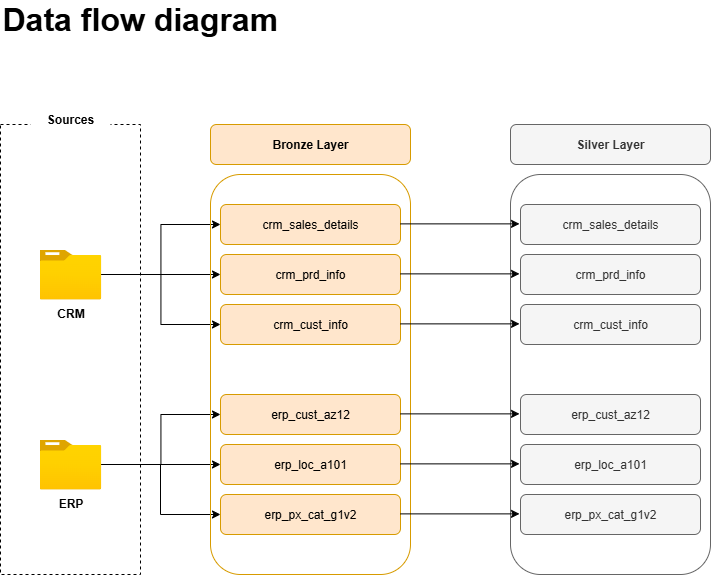
Above: docs/data-flow-diagram.drawio.png in aswnvm/sql-data-warehouse-project (draw.io), before the change. Source tidied: cells renumbered, new cells last; positions are measured from the earlier drawing's top-left corner, leaving out a move shared by most shapes.
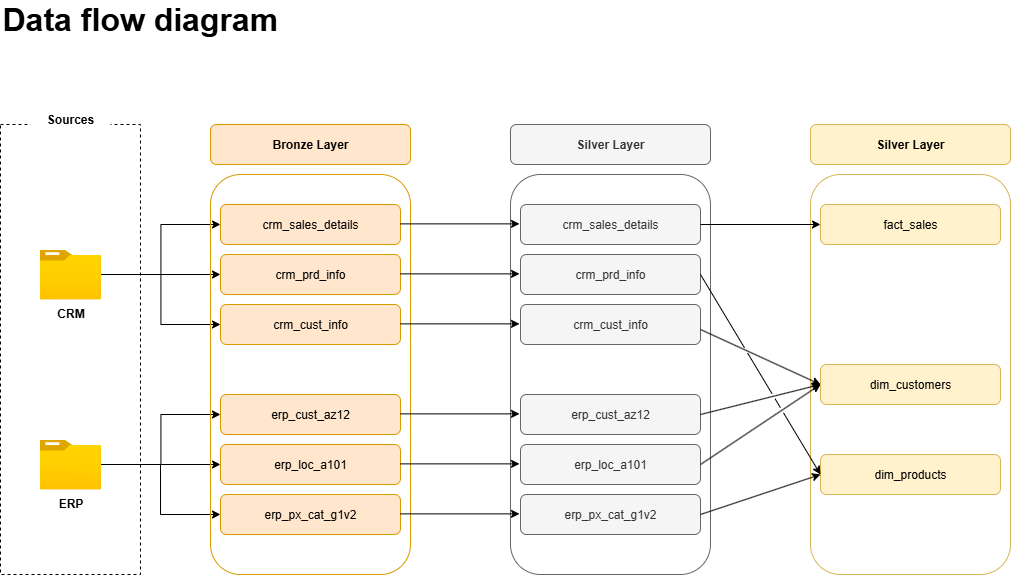
The same diagram one commit later.

Commit message:
Changes:     - added gold.ddl_gold     - added data flow diagram     - added data flow diagram (.png)     - updated data-flow diagram     - updated data-flow diagram (png)

Change to the diagram source:
```diff
@@ -124,5 +124,52 @@
         <mxPoint x="519" y="219.4" as="targetPoint" />
       </mxGeometry>
     </mxCell>
+    <mxCell id="35" style="rounded=1;whiteSpace=wrap;html=1;fillColor=none;strokeColor=#d6b656;" parent="1" vertex="1">
+      <mxGeometry x="810" y="170" width="200" height="400" as="geometry" />
+    </mxCell>
+    <mxCell id="36" value="&lt;b&gt;Silver Layer&lt;/b&gt;" style="rounded=1;whiteSpace=wrap;html=1;fillColor=#fff2cc;strokeColor=#d6b656;" parent="1" vertex="1">
+      <mxGeometry x="810" y="120" width="200" height="40" as="geometry" />
+    </mxCell>
+    <mxCell id="37" value="fact_sales" style="rounded=1;whiteSpace=wrap;html=1;fillColor=#fff2cc;strokeColor=#d6b656;" parent="1" vertex="1">
+      <mxGeometry x="820" y="200" width="180" height="40" as="geometry" />
+    </mxCell>
+    <mxCell id="38" value="dim_customers" style="rounded=1;whiteSpace=wrap;html=1;fillColor=#fff2cc;strokeColor=#d6b656;" parent="1" vertex="1">
+      <mxGeometry x="820" y="360" width="180" height="40" as="geometry" />
+    </mxCell>
+    <mxCell id="39" value="dim_products" style="rounded=1;whiteSpace=wrap;html=1;fillColor=#fff2cc;strokeColor=#d6b656;" parent="1" vertex="1">
+      <mxGeometry x="820" y="450" width="180" height="40" as="geometry" />
+    </mxCell>
+    <mxCell id="40" style="endArrow=classic;html=1;rounded=0;entryX=0;entryY=0.5;entryDx=0;entryDy=0;" parent="1" edge="1" target="37">
+      <mxGeometry relative="1" as="geometry">
+        <mxPoint x="700" y="220" as="sourcePoint" />
+      </mxGeometry>
+    </mxCell>
+    <mxCell id="41" style="endArrow=classic;html=1;rounded=0;entryX=0;entryY=0.5;entryDx=0;entryDy=0;jumpStyle=gap;" parent="1" edge="1" target="38">
+      <mxGeometry relative="1" as="geometry">
+        <mxPoint x="700" y="410" as="sourcePoint" />
+      </mxGeometry>
+    </mxCell>
+    <mxCell id="42" style="endArrow=classic;html=1;rounded=0;entryX=0;entryY=0.5;entryDx=0;entryDy=0;jumpStyle=gap;" parent="1" edge="1" target="38">
+      <mxGeometry relative="1" as="geometry">
+        <mxPoint x="700" y="325" as="sourcePoint" />
+      </mxGeometry>
+    </mxCell>
+    <mxCell id="43" style="endArrow=classic;html=1;rounded=0;jumpStyle=gap;" parent="1" edge="1">
+      <mxGeometry relative="1" as="geometry">
+        <mxPoint x="700" y="460" as="sourcePoint" />
+        <mxPoint x="820" y="380" as="targetPoint" />
+      </mxGeometry>
+    </mxCell>
+    <mxCell id="44" style="endArrow=classic;html=1;rounded=0;entryX=0;entryY=0.5;entryDx=0;entryDy=0;" parent="1" edge="1" target="39">
+      <mxGeometry relative="1" as="geometry">
+        <mxPoint x="700" y="510" as="sourcePoint" />
+      </mxGeometry>
+    </mxCell>
+    <mxCell id="45" style="endArrow=classic;html=1;rounded=0;jumpStyle=gap;" parent="1" edge="1">
+      <mxGeometry relative="1" as="geometry">
+        <mxPoint x="700" y="270" as="sourcePoint" />
+        <mxPoint x="820" y="470" as="targetPoint" />
+      </mxGeometry>
+    </mxCell>
   </root>
 </mxGraphModel>
```
